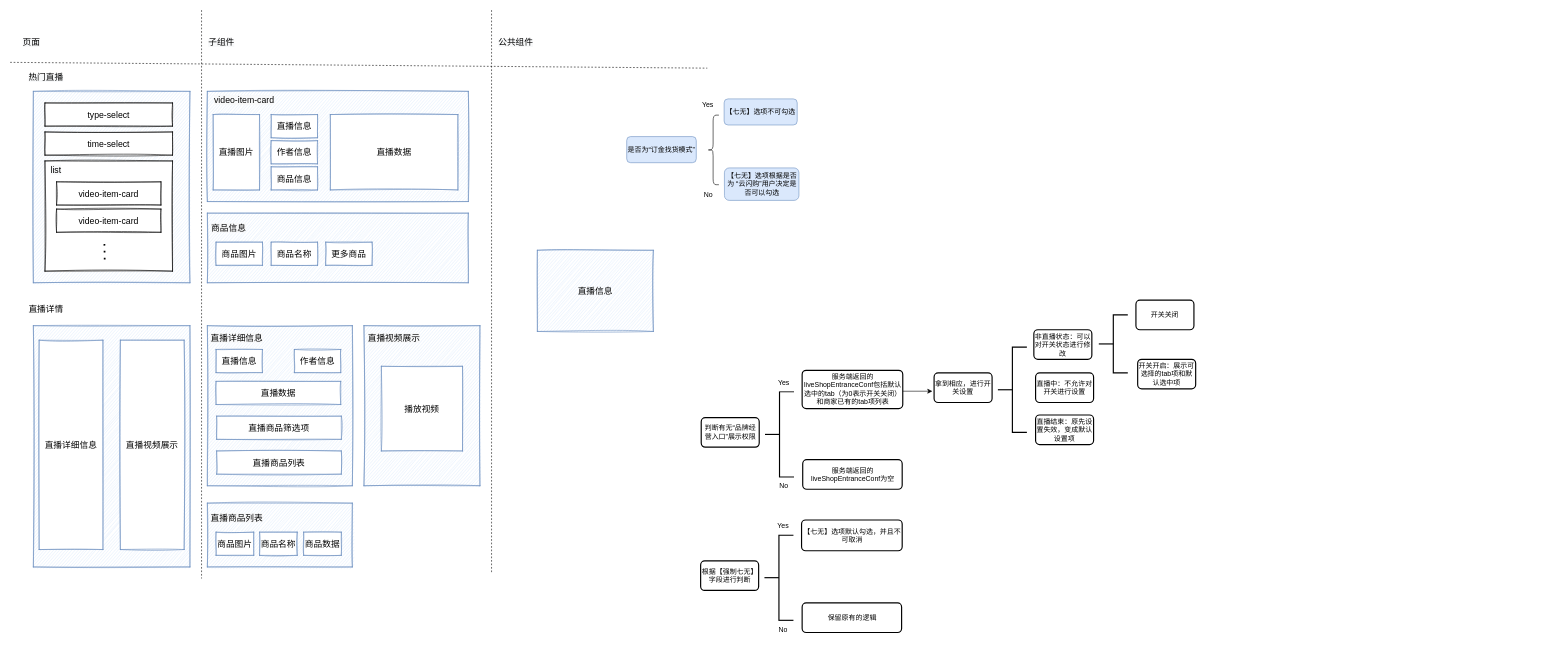
Above: Untitled Diagram.drawio in lulukada/React-Typescript-study (draw.io), before the change. Source tidied: cells renumbered, new cells numbered last; positions are measured from the earlier drawing's top-left corner, leaving out a move shared by most shapes. Both pictures are drawn from the tidied source at 58%, with x=0, y=0 at pixel (10, 10).
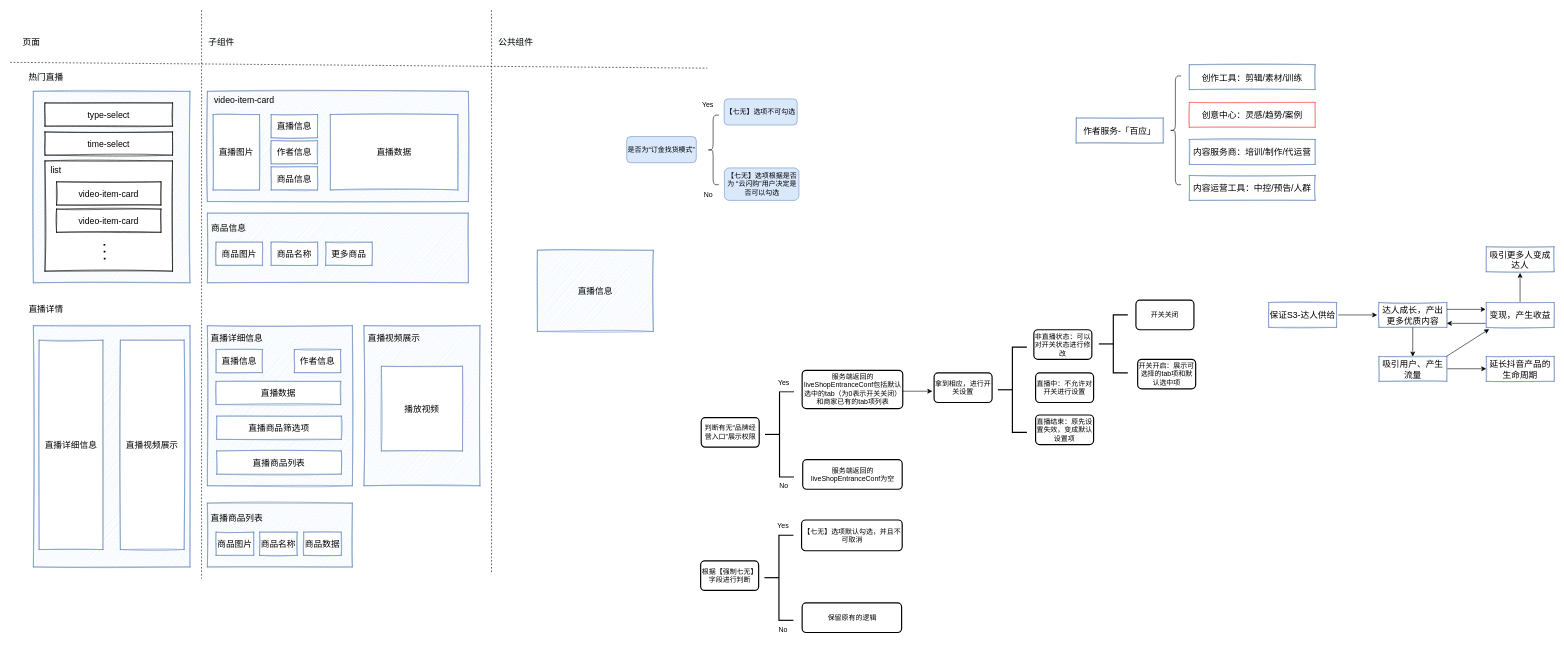
The same diagram, later.

Diff of the diagram source:
```diff
@@
+    <mxCell id="76" value="作者服务-「百应」" style="rounded=0;whiteSpace=wrap;html=1;shadow=0;glass=0;sketch=1;fontSize=15;strokeColor=#6C8EBF;gradientColor=none;" parent="1" vertex="1">
+      <mxGeometry x="1838" y="186" width="150" height="43" as="geometry" />
+    </mxCell>
+    <mxCell id="77" style="shape=curlyBracket;whiteSpace=wrap;html=1;rounded=1;size=0.5;" parent="1" vertex="1">
+      <mxGeometry x="1999" y="113.5" width="20" height="187.5" as="geometry" />
+    </mxCell>
+    <mxCell id="78" value="创作工具：剪辑/素材/训练" style="rounded=0;whiteSpace=wrap;html=1;shadow=0;glass=0;sketch=1;fontSize=15;strokeColor=#6C8EBF;gradientColor=none;" parent="1" vertex="1">
+      <mxGeometry x="2033" y="94" width="217" height="43" as="geometry" />
+    </mxCell>
+    <mxCell id="79" value="创意中心：灵感/趋势/案例" style="rounded=0;whiteSpace=wrap;html=1;shadow=0;glass=0;sketch=1;fontSize=15;strokeColor=#FF6666;gradientColor=none;" parent="1" vertex="1">
+      <mxGeometry x="2033" y="159" width="217" height="43" as="geometry" />
+    </mxCell>
+    <mxCell id="80" value="内容服务商：培训/制作/代运营" style="rounded=0;whiteSpace=wrap;html=1;shadow=0;glass=0;sketch=1;fontSize=15;strokeColor=#6C8EBF;gradientColor=none;" parent="1" vertex="1">
+      <mxGeometry x="2033" y="223" width="217" height="43" as="geometry" />
+    </mxCell>
+    <mxCell id="81" value="内容运营工具：中控/预告/人群" style="rounded=0;whiteSpace=wrap;html=1;shadow=0;glass=0;sketch=1;fontSize=15;strokeColor=#6C8EBF;gradientColor=none;" parent="1" vertex="1">
+      <mxGeometry x="2033" y="285" width="217" height="43" as="geometry" />
+    </mxCell>
+    <mxCell id="82" value="&lt;div&gt;保证S3-达人供给&lt;/div&gt;" style="rounded=0;whiteSpace=wrap;html=1;shadow=0;glass=0;sketch=1;fontSize=15;strokeColor=#6C8EBF;gradientColor=none;" parent="1" vertex="1">
+      <mxGeometry x="2170" y="504" width="117" height="43" as="geometry" />
+    </mxCell>
+    <mxCell id="83" style="endArrow=classic;html=1;rounded=0;" parent="1" edge="1">
+      <mxGeometry relative="1" as="geometry">
+        <mxPoint x="2290" y="525.5" as="sourcePoint" />
+        <mxPoint x="2357" y="525.5" as="targetPoint" />
+      </mxGeometry>
+    </mxCell>
+    <mxCell id="84" value="&lt;div&gt;达人成长，产出更多优质内容&lt;/div&gt;" style="rounded=0;whiteSpace=wrap;html=1;shadow=0;glass=0;sketch=1;fontSize=15;strokeColor=#6C8EBF;gradientColor=none;" parent="1" vertex="1">
+      <mxGeometry x="2360" y="504" width="117" height="43" as="geometry" />
+    </mxCell>
+    <mxCell id="85" value="变现，产生收益" style="rounded=0;whiteSpace=wrap;html=1;shadow=0;glass=0;sketch=1;fontSize=15;strokeColor=#6C8EBF;gradientColor=none;" parent="1" vertex="1">
+      <mxGeometry x="2545" y="504" width="117" height="43" as="geometry" />
+    </mxCell>
+    <mxCell id="86" style="endArrow=classic;html=1;rounded=0;" parent="1" edge="1">
+      <mxGeometry relative="1" as="geometry">
+        <mxPoint x="2477" y="515.9" as="sourcePoint" />
+        <mxPoint x="2544" y="515.9" as="targetPoint" />
+      </mxGeometry>
+    </mxCell>
+    <mxCell id="87" style="endArrow=classic;html=1;rounded=0;" parent="1" edge="1">
+      <mxGeometry relative="1" as="geometry">
+        <mxPoint x="2544" y="540" as="sourcePoint" />
+        <mxPoint x="2477" y="540" as="targetPoint" />
+      </mxGeometry>
+    </mxCell>
+    <mxCell id="88" value="吸引用户、产生流量" style="rounded=0;whiteSpace=wrap;html=1;shadow=0;glass=0;sketch=1;fontSize=15;strokeColor=#6C8EBF;gradientColor=none;" parent="1" vertex="1">
+      <mxGeometry x="2360" y="597" width="117" height="43" as="geometry" />
+    </mxCell>
+    <mxCell id="89" style="endArrow=classic;html=1;rounded=0;" parent="1" edge="1">
+      <mxGeometry relative="1" as="geometry">
+        <mxPoint x="2418.3" y="547" as="sourcePoint" />
+        <mxPoint x="2418.3" y="597.3" as="targetPoint" />
+      </mxGeometry>
+    </mxCell>
+    <mxCell id="90" value="延长抖音产品的生命周期" style="rounded=0;whiteSpace=wrap;html=1;shadow=0;glass=0;sketch=1;fontSize=15;strokeColor=#6C8EBF;gradientColor=none;" parent="1" vertex="1">
+      <mxGeometry x="2545" y="597" width="117" height="43" as="geometry" />
+    </mxCell>
+    <mxCell id="91" style="endArrow=classic;html=1;rounded=0;" parent="1" edge="1">
+      <mxGeometry relative="1" as="geometry">
+        <mxPoint x="2478" y="618.3" as="sourcePoint" />
+        <mxPoint x="2545" y="618.3" as="targetPoint" />
+      </mxGeometry>
+    </mxCell>
+    <mxCell id="92" style="endArrow=classic;html=1;rounded=0;" parent="1" edge="1">
+      <mxGeometry relative="1" as="geometry">
+        <mxPoint x="2477" y="596.6" as="sourcePoint" />
+        <mxPoint x="2550" y="550" as="targetPoint" />
+      </mxGeometry>
+    </mxCell>
+    <mxCell id="93" value="吸引更多人变成达人" style="rounded=0;whiteSpace=wrap;html=1;shadow=0;glass=0;sketch=1;fontSize=15;strokeColor=#6C8EBF;gradientColor=none;" parent="1" vertex="1">
+      <mxGeometry x="2545" y="408" width="117" height="43" as="geometry" />
+    </mxCell>
+    <mxCell id="94" style="endArrow=classic;html=1;rounded=0;" parent="1" edge="1">
+      <mxGeometry relative="1" as="geometry">
+        <mxPoint x="2603.3" y="503.1" as="sourcePoint" />
+        <mxPoint x="2603.3" y="452.9" as="targetPoint" />
+      </mxGeometry>
+    </mxCell>
```
